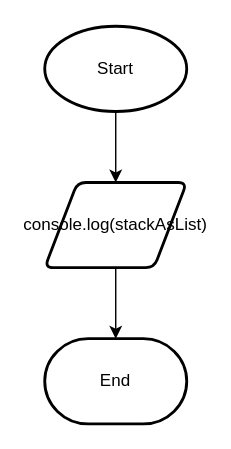
Above: design/show.drawio in michael-clermont1/ics4u-unit2-01-typescript (draw.io), before the change. Source tidied: cells renumbered, new cells numbered last; positions are measured from the earlier drawing's top-left corner, leaving out a move shared by most shapes. Both pictures are drawn from the tidied source at 142%, with x=0, y=0 at pixel (44, 26).
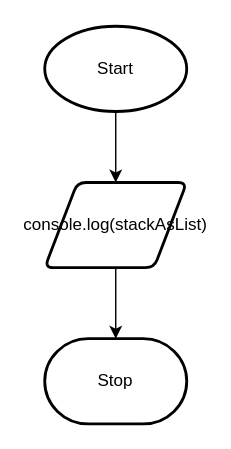
The same diagram, later.

Diff of the diagram source:
```diff
@@
 <mxGraphModel>
   <root>
     <mxCell id="0" />
     <mxCell id="1" parent="0" />
     <mxCell id="2" style="edgeStyle=none;html=1;entryX=0.5;entryY=0;entryDx=0;entryDy=0;" parent="1" edge="1" source="3" target="5">
       <mxGeometry relative="1" as="geometry" />
     </mxCell>
     <mxCell id="3" value="Start" style="strokeWidth=2;html=1;shape=mxgraph.flowchart.start_1;whiteSpace=wrap;" parent="1" vertex="1">
       <mxGeometry width="100" height="60" as="geometry" />
     </mxCell>
     <mxCell id="4" style="edgeStyle=none;html=1;entryX=0.5;entryY=0;entryDx=0;entryDy=0;entryPerimeter=0;" parent="1" edge="1" source="5" target="6">
       <mxGeometry relative="1" as="geometry" />
     </mxCell>
     <mxCell id="5" value="console.log(stackAsList)" style="shape=parallelogram;html=1;strokeWidth=2;perimeter=parallelogramPerimeter;whiteSpace=wrap;rounded=1;arcSize=12;size=0.23;" parent="1" vertex="1">
       <mxGeometry y="110" width="100" height="60" as="geometry" />
     </mxCell>
-    <mxCell id="6" value="End" style="strokeWidth=2;html=1;shape=mxgraph.flowchart.terminator;whiteSpace=wrap;" parent="1" vertex="1">
+    <mxCell id="6" value="Stop" style="strokeWidth=2;html=1;shape=mxgraph.flowchart.terminator;whiteSpace=wrap;" parent="1" vertex="1">
       <mxGeometry y="220" width="100" height="60" as="geometry" />
     </mxCell>
   </root>
 </mxGraphModel>
```
